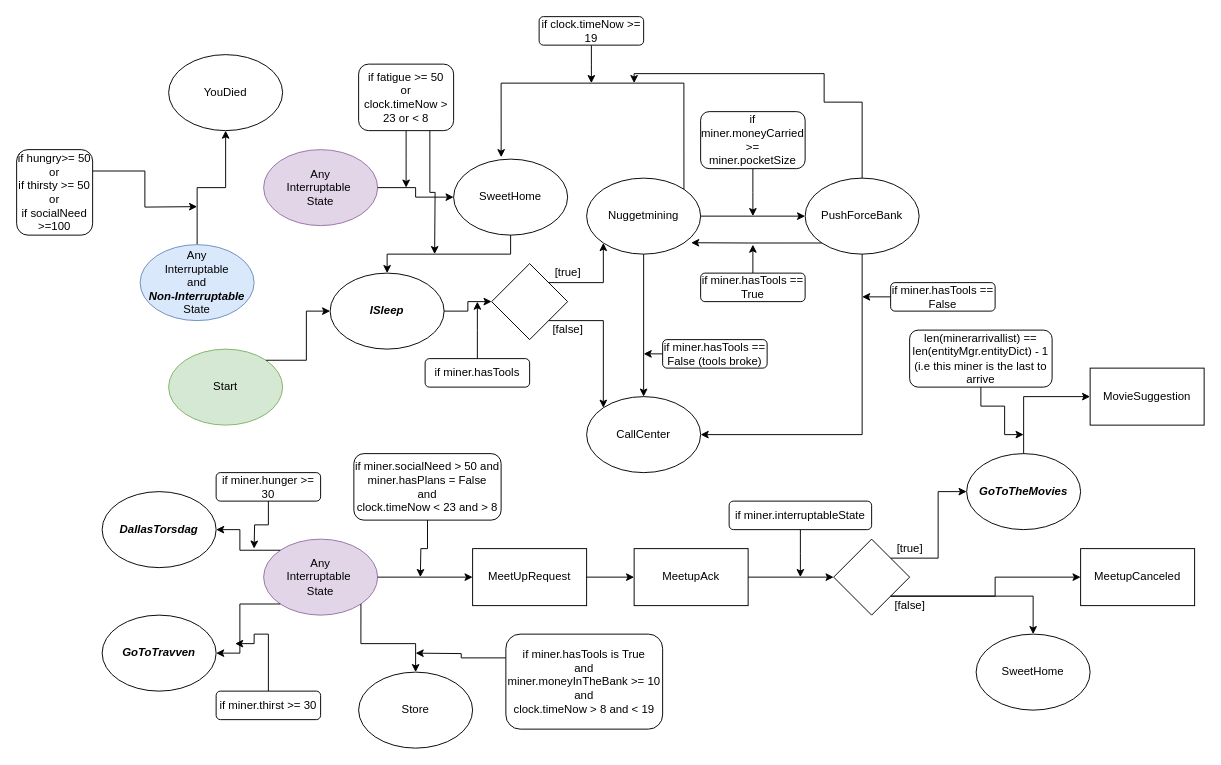
This is labb1/State Transition chart.drawio from potispenserr/ai, a draw.io file, before an edit. Source tidied: cells renumbered, new cells numbered last; positions are measured from the earlier drawing's top-left corner, leaving out a move shared by most shapes. Both pictures are drawn from the tidied source at 95%, with x=0, y=0 at pixel (16, 16).
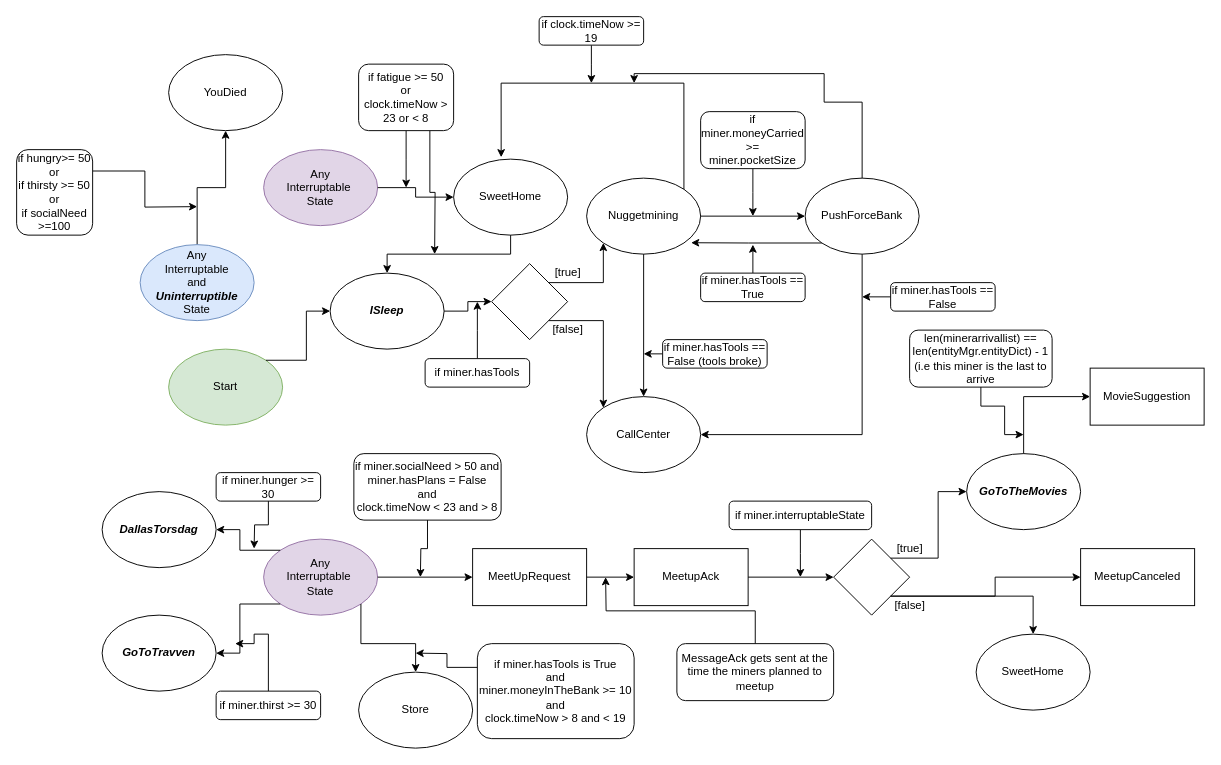
The same page after the edit.

The change refers to these unchanged cells:
```xml
<mxCell id="47" style="group;" parent="1" vertex="1">
  <mxGeometry x="130" y="240" width="120" height="80" as="geometry" />
</mxCell>
```

The edit, as a diff of the source:
```diff
@@
-    <mxCell id="49" value="&lt;div&gt;Any &lt;br&gt;Interruptable&lt;/div&gt;&lt;div&gt;and&lt;/div&gt;&lt;div&gt;&lt;b&gt;&lt;i&gt;Non-Interruptable&lt;/i&gt;&lt;/b&gt;&lt;br&gt;State&lt;/div&gt;" style="text;html=1;strokeColor=none;fillColor=none;align=center;verticalAlign=middle;whiteSpace=wrap;rounded=0;" parent="47" vertex="1">
+    <mxCell id="49" value="&lt;div&gt;Any &lt;br&gt;Interruptable&lt;/div&gt;&lt;div&gt;and&lt;/div&gt;&lt;div&gt;&lt;b&gt;&lt;i&gt;Uninterruptible&lt;/i&gt;&lt;/b&gt;&lt;br&gt;State&lt;/div&gt;" style="text;html=1;strokeColor=none;fillColor=none;align=center;verticalAlign=middle;whiteSpace=wrap;rounded=0;" parent="47" vertex="1">
       <mxGeometry y="30" width="120" height="20" as="geometry" />
     </mxCell>
@@
     <mxCell id="88" value="if miner.hasTools is True&lt;br&gt;and &lt;br&gt;miner.moneyInTheBank &amp;gt;= 10&lt;br&gt;and &lt;br&gt;clock.timeNow &amp;gt; 8 and &amp;lt; 19" style="rounded=1;whiteSpace=wrap;html=1;" parent="1" vertex="1">
-      <mxGeometry x="515" y="650" width="165" height="100" as="geometry" />
+      <mxGeometry x="485" y="660" width="165" height="100" as="geometry" />
     </mxCell>
@@
+    <mxCell id="117" style="edgeStyle=orthogonalEdgeStyle;rounded=0;jettySize=auto;html=1;exitX=0.5;exitY=0;exitDx=0;exitDy=0;" parent="1" edge="1" source="118">
+      <mxGeometry relative="1" as="geometry">
+        <mxPoint x="620" y="590" as="targetPoint" />
+      </mxGeometry>
+    </mxCell>
+    <mxCell id="118" value="MessageAck gets sent at the time the miners planned to&lt;br&gt;meetup" style="rounded=1;whiteSpace=wrap;html=1;" parent="1" vertex="1">
+      <mxGeometry x="695" y="660" width="165" height="60" as="geometry" />
+    </mxCell>
```
